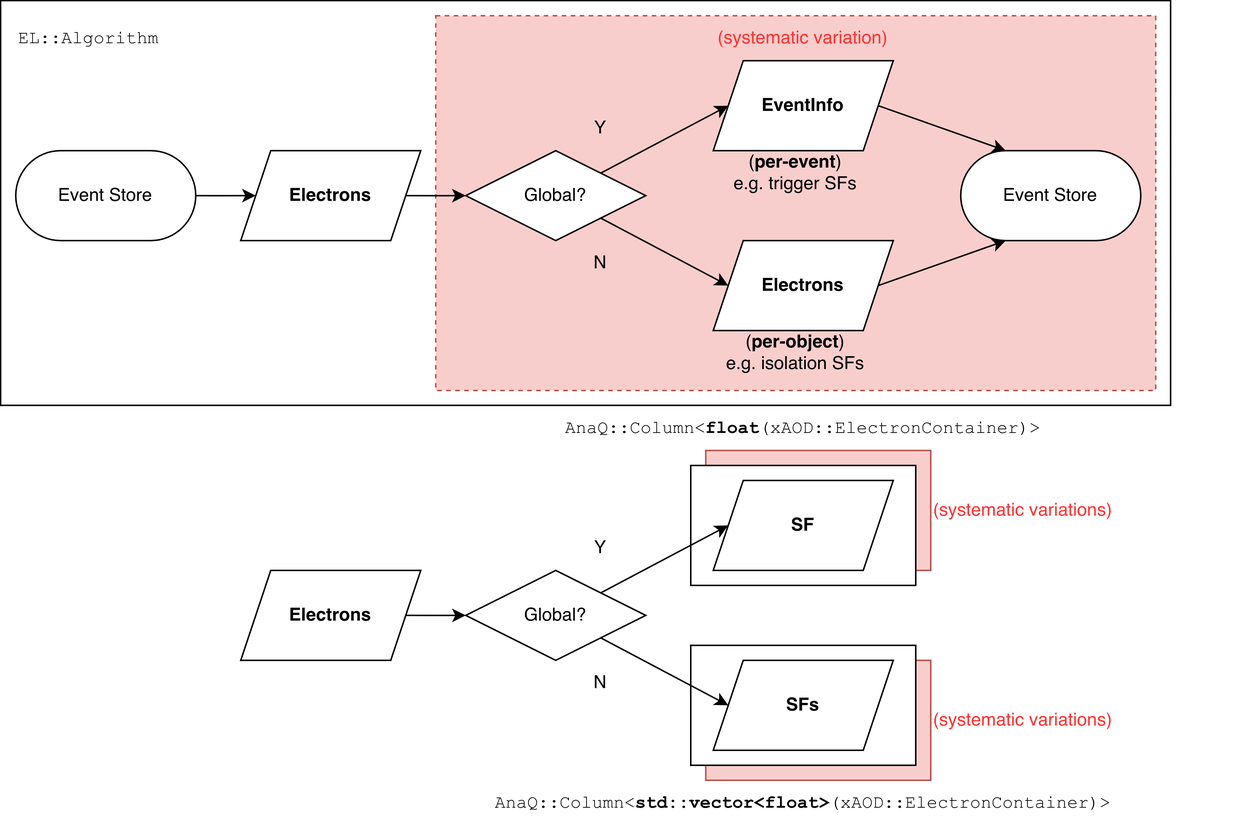
The draw.io diagram eventloop_vs_dataflow.drawio.png in taehyounpark/draw-io-diagrams, before a commit. Source tidied: cells renumbered, new cells last; positions are measured from the earlier drawing's top-left corner, leaving out a move shared by most shapes. Source of this version:
```xml
<mxGraphModel>
  <root>
    <mxCell id="0" />
    <mxCell id="1" parent="0" />
    <mxCell id="2" style="rounded=0;whiteSpace=wrap;html=1;" parent="1" vertex="1">
      <mxGeometry width="780" height="270" as="geometry" />
    </mxCell>
    <mxCell id="3" style="rounded=0;whiteSpace=wrap;html=1;dashed=1;fillColor=#f8cecc;strokeColor=#b85450;" parent="1" vertex="1">
      <mxGeometry x="290" y="10" width="480" height="250" as="geometry" />
    </mxCell>
    <mxCell id="4" value="X" style="rounded=0;whiteSpace=wrap;html=1;fillColor=#f8cecc;strokeColor=#b85450;" parent="1" vertex="1">
      <mxGeometry x="470" y="440" width="150" height="80" as="geometry" />
    </mxCell>
    <mxCell id="5" style="rounded=0;whiteSpace=wrap;html=1;fillColor=#f8cecc;strokeColor=#b85450;" parent="1" vertex="1">
      <mxGeometry x="470" y="300" width="150" height="80" as="geometry" />
    </mxCell>
    <mxCell id="6" style="rounded=0;whiteSpace=wrap;html=1;" parent="1" vertex="1">
      <mxGeometry x="460" y="430" width="150" height="80" as="geometry" />
    </mxCell>
    <mxCell id="7" style="rounded=0;whiteSpace=wrap;html=1;" parent="1" vertex="1">
      <mxGeometry x="460" y="310" width="150" height="80" as="geometry" />
    </mxCell>
    <mxCell id="8" style="rhombus;whiteSpace=wrap;html=1;" parent="1" vertex="1">
      <mxGeometry x="310" y="100" width="120" height="60" as="geometry" />
    </mxCell>
    <mxCell id="9" style="rounded=0;jettySize=auto;html=1;exitX=1;exitY=0.5;exitDx=0;exitDy=0;entryX=0.25;entryY=1;entryDx=0;entryDy=0;" parent="1" edge="1" source="10" target="29">
      <mxGeometry relative="1" as="geometry" />
    </mxCell>
    <mxCell id="10" style="shape=parallelogram;perimeter=parallelogramPerimeter;whiteSpace=wrap;html=1;fixedSize=1;" parent="1" vertex="1">
      <mxGeometry x="475" y="160" width="120" height="60" as="geometry" />
    </mxCell>
    <mxCell id="11" style="endArrow=classic;html=1;rounded=0;exitX=1;exitY=0;exitDx=0;exitDy=0;entryX=0;entryY=0.5;entryDx=0;entryDy=0;" parent="1" edge="1" source="8">
      <mxGeometry relative="1" as="geometry">
        <mxPoint x="485" y="70" as="targetPoint" />
      </mxGeometry>
    </mxCell>
    <mxCell id="12" style="endArrow=classic;html=1;rounded=0;exitX=1;exitY=1;exitDx=0;exitDy=0;entryX=0;entryY=0.5;entryDx=0;entryDy=0;" parent="1" edge="1" source="8" target="10">
      <mxGeometry relative="1" as="geometry" />
    </mxCell>
    <mxCell id="13" value="Global?" style="text;html=1;align=center;verticalAlign=middle;whiteSpace=wrap;rounded=0;" parent="1" vertex="1">
      <mxGeometry x="340" y="115" width="60" height="30" as="geometry" />
    </mxCell>
    <mxCell id="14" value="&lt;b&gt;Electrons&lt;/b&gt;" style="text;html=1;align=center;verticalAlign=middle;whiteSpace=wrap;rounded=0;" parent="1" vertex="1">
      <mxGeometry x="505" y="175" width="60" height="30" as="geometry" />
    </mxCell>
    <mxCell id="15" style="rounded=0;jettySize=auto;html=1;exitX=1;exitY=0.5;exitDx=0;exitDy=0;entryX=0.25;entryY=0;entryDx=0;entryDy=0;" parent="1" edge="1" source="16" target="29">
      <mxGeometry relative="1" as="geometry" />
    </mxCell>
    <mxCell id="16" style="shape=parallelogram;perimeter=parallelogramPerimeter;whiteSpace=wrap;html=1;fixedSize=1;" parent="1" vertex="1">
      <mxGeometry x="475" y="40" width="120" height="60" as="geometry" />
    </mxCell>
    <mxCell id="17" value="&lt;b&gt;EventInfo&lt;br&gt;&lt;/b&gt;" style="text;html=1;align=center;verticalAlign=middle;whiteSpace=wrap;rounded=0;" parent="1" vertex="1">
      <mxGeometry x="505" y="55" width="60" height="30" as="geometry" />
    </mxCell>
    <mxCell id="18" value="(&lt;b&gt;per-object&lt;/b&gt;)&lt;br&gt;e.g. isolation SFs" style="text;html=1;align=center;verticalAlign=middle;whiteSpace=wrap;rounded=0;" parent="1" vertex="1">
      <mxGeometry x="410" y="220" width="240" height="30" as="geometry" />
    </mxCell>
    <mxCell id="19" value="(&lt;b&gt;per-event&lt;/b&gt;)&lt;br&gt;e.g. trigger SFs" style="text;html=1;align=center;verticalAlign=middle;whiteSpace=wrap;rounded=0;" parent="1" vertex="1">
      <mxGeometry x="410" y="100" width="240" height="30" as="geometry" />
    </mxCell>
    <mxCell id="20" value="&lt;font face=&quot;Courier New&quot;&gt;EL::Algorithm&lt;/font&gt;" style="text;html=1;align=left;verticalAlign=middle;whiteSpace=wrap;rounded=0;" parent="1" vertex="1">
      <mxGeometry x="10" y="10" width="360" height="30" as="geometry" />
    </mxCell>
    <mxCell id="21" style="group;fontStyle=0;" parent="1" vertex="1">
      <mxGeometry x="160" y="100" width="120" height="60" as="geometry" />
    </mxCell>
    <mxCell id="22" style="shape=parallelogram;perimeter=parallelogramPerimeter;whiteSpace=wrap;html=1;fixedSize=1;" parent="21" vertex="1">
      <mxGeometry width="120" height="60" as="geometry" />
    </mxCell>
    <mxCell id="23" value="&lt;b&gt;Electrons&lt;/b&gt;" style="text;html=1;align=center;verticalAlign=middle;whiteSpace=wrap;rounded=0;" parent="21" vertex="1">
      <mxGeometry x="30" y="15" width="60" height="30" as="geometry" />
    </mxCell>
    <mxCell id="24" style="edgeStyle=orthogonalEdgeStyle;rounded=0;jettySize=auto;html=1;exitX=1;exitY=0.5;exitDx=0;exitDy=0;entryX=0;entryY=0.5;entryDx=0;entryDy=0;" parent="1" edge="1" source="25" target="22">
      <mxGeometry relative="1" as="geometry" />
    </mxCell>
    <mxCell id="25" value="Event Store" style="rounded=1;whiteSpace=wrap;html=1;arcSize=50;" parent="1" vertex="1">
      <mxGeometry x="10" y="100" width="120" height="60" as="geometry" />
    </mxCell>
    <mxCell id="26" style="edgeStyle=orthogonalEdgeStyle;rounded=0;jettySize=auto;html=1;exitX=1;exitY=0.5;exitDx=0;exitDy=0;entryX=0;entryY=0.5;entryDx=0;entryDy=0;" parent="1" edge="1" source="22" target="8">
      <mxGeometry relative="1" as="geometry" />
    </mxCell>
    <mxCell id="27" value="Y" style="text;html=1;align=center;verticalAlign=middle;whiteSpace=wrap;rounded=0;" parent="1" vertex="1">
      <mxGeometry x="370" y="70" width="60" height="30" as="geometry" />
    </mxCell>
    <mxCell id="28" value="N" style="text;html=1;align=center;verticalAlign=middle;whiteSpace=wrap;rounded=0;" parent="1" vertex="1">
      <mxGeometry x="370" y="160" width="60" height="30" as="geometry" />
    </mxCell>
    <mxCell id="29" value="Event Store" style="rounded=1;whiteSpace=wrap;html=1;arcSize=50;" parent="1" vertex="1">
      <mxGeometry x="640" y="100" width="120" height="60" as="geometry" />
    </mxCell>
    <mxCell id="30" value="(systematic variation)" style="text;align=center;verticalAlign=middle;whiteSpace=wrap;rounded=0;fontColor=#FF3333;" parent="1" vertex="1">
      <mxGeometry x="395" y="20" width="280" height="10" as="geometry" />
    </mxCell>
    <mxCell id="31" style="rhombus;whiteSpace=wrap;html=1;" parent="1" vertex="1">
      <mxGeometry x="310" y="380" width="120" height="60" as="geometry" />
    </mxCell>
    <mxCell id="32" style="shape=parallelogram;perimeter=parallelogramPerimeter;whiteSpace=wrap;html=1;fixedSize=1;" parent="1" vertex="1">
      <mxGeometry x="475" y="440" width="120" height="60" as="geometry" />
    </mxCell>
    <mxCell id="33" style="endArrow=classic;html=1;rounded=0;exitX=1;exitY=0;exitDx=0;exitDy=0;entryX=0;entryY=0.5;entryDx=0;entryDy=0;" parent="1" edge="1" source="31">
      <mxGeometry relative="1" as="geometry">
        <mxPoint x="485" y="350" as="targetPoint" />
      </mxGeometry>
    </mxCell>
    <mxCell id="34" style="endArrow=classic;html=1;rounded=0;exitX=1;exitY=1;exitDx=0;exitDy=0;entryX=0;entryY=0.5;entryDx=0;entryDy=0;" parent="1" edge="1" source="31" target="32">
      <mxGeometry relative="1" as="geometry" />
    </mxCell>
    <mxCell id="35" value="Global?" style="text;html=1;align=center;verticalAlign=middle;whiteSpace=wrap;rounded=0;" parent="1" vertex="1">
      <mxGeometry x="340" y="395" width="60" height="30" as="geometry" />
    </mxCell>
    <mxCell id="36" value="&lt;font&gt;&lt;b&gt;SFs&lt;/b&gt;&lt;/font&gt;" style="text;html=1;align=center;verticalAlign=middle;whiteSpace=wrap;rounded=0;fontFamily=Helvetica;" parent="1" vertex="1">
      <mxGeometry x="505" y="455" width="60" height="30" as="geometry" />
    </mxCell>
    <mxCell id="37" style="shape=parallelogram;perimeter=parallelogramPerimeter;whiteSpace=wrap;html=1;fixedSize=1;" parent="1" vertex="1">
      <mxGeometry x="475" y="320" width="120" height="60" as="geometry" />
    </mxCell>
    <mxCell id="38" value="&lt;font&gt;&lt;b&gt;SF&lt;/b&gt;&lt;/font&gt;" style="text;html=1;align=center;verticalAlign=middle;whiteSpace=wrap;rounded=0;fontFamily=Helvetica;" parent="1" vertex="1">
      <mxGeometry x="505" y="335" width="60" height="30" as="geometry" />
    </mxCell>
    <mxCell id="39" style="group;fontStyle=1;" parent="1" vertex="1">
      <mxGeometry x="160" y="380" width="120" height="60" as="geometry" />
    </mxCell>
    <mxCell id="40" style="shape=parallelogram;perimeter=parallelogramPerimeter;whiteSpace=wrap;html=1;fixedSize=1;" parent="39" vertex="1">
      <mxGeometry width="120" height="60" as="geometry" />
    </mxCell>
    <mxCell id="41" value="&lt;b&gt;Electrons&lt;/b&gt;" style="text;html=1;align=center;verticalAlign=middle;whiteSpace=wrap;rounded=0;" parent="39" vertex="1">
      <mxGeometry x="30" y="15" width="60" height="30" as="geometry" />
    </mxCell>
    <mxCell id="42" style="edgeStyle=orthogonalEdgeStyle;rounded=0;jettySize=auto;html=1;exitX=1;exitY=0.5;exitDx=0;exitDy=0;entryX=0;entryY=0.5;entryDx=0;entryDy=0;" parent="1" edge="1" source="40" target="31">
      <mxGeometry relative="1" as="geometry" />
    </mxCell>
    <mxCell id="43" value="Y" style="text;html=1;align=center;verticalAlign=middle;whiteSpace=wrap;rounded=0;" parent="1" vertex="1">
      <mxGeometry x="370" y="350" width="60" height="30" as="geometry" />
    </mxCell>
    <mxCell id="44" value="N" style="text;html=1;align=center;verticalAlign=middle;whiteSpace=wrap;rounded=0;" parent="1" vertex="1">
      <mxGeometry x="370" y="440" width="60" height="30" as="geometry" />
    </mxCell>
    <mxCell id="45" value="&lt;font face=&quot;Courier New&quot;&gt;AnaQ::Column&amp;lt;&lt;b&gt;std::vector&amp;lt;float&amp;gt;&lt;/b&gt;(xAOD::ElectronContainer)&amp;gt;&lt;/font&gt;" style="text;html=1;align=center;verticalAlign=middle;whiteSpace=wrap;rounded=0;" parent="1" vertex="1">
      <mxGeometry x="235" y="520" width="600" height="30" as="geometry" />
    </mxCell>
    <mxCell id="46" value="&lt;font face=&quot;Courier New&quot;&gt;AnaQ::Column&amp;lt;&lt;b&gt;float&lt;/b&gt;(xAOD::ElectronContainer)&amp;gt;&lt;/font&gt;" style="text;html=1;align=center;verticalAlign=middle;whiteSpace=wrap;rounded=0;" parent="1" vertex="1">
      <mxGeometry x="505" y="270" width="60" height="30" as="geometry" />
    </mxCell>
    <mxCell id="47" value="(systematic variations)" style="text;html=1;align=left;verticalAlign=middle;whiteSpace=wrap;rounded=0;fontColor=#FF3333;" parent="1" vertex="1">
      <mxGeometry x="620" y="465" width="150" height="30" as="geometry" />
    </mxCell>
    <mxCell id="48" value="(systematic variations)" style="text;html=1;align=left;verticalAlign=middle;whiteSpace=wrap;rounded=0;fontColor=#FF3333;" parent="1" vertex="1">
      <mxGeometry x="620" y="325" width="150" height="30" as="geometry" />
    </mxCell>
  </root>
</mxGraphModel>
```
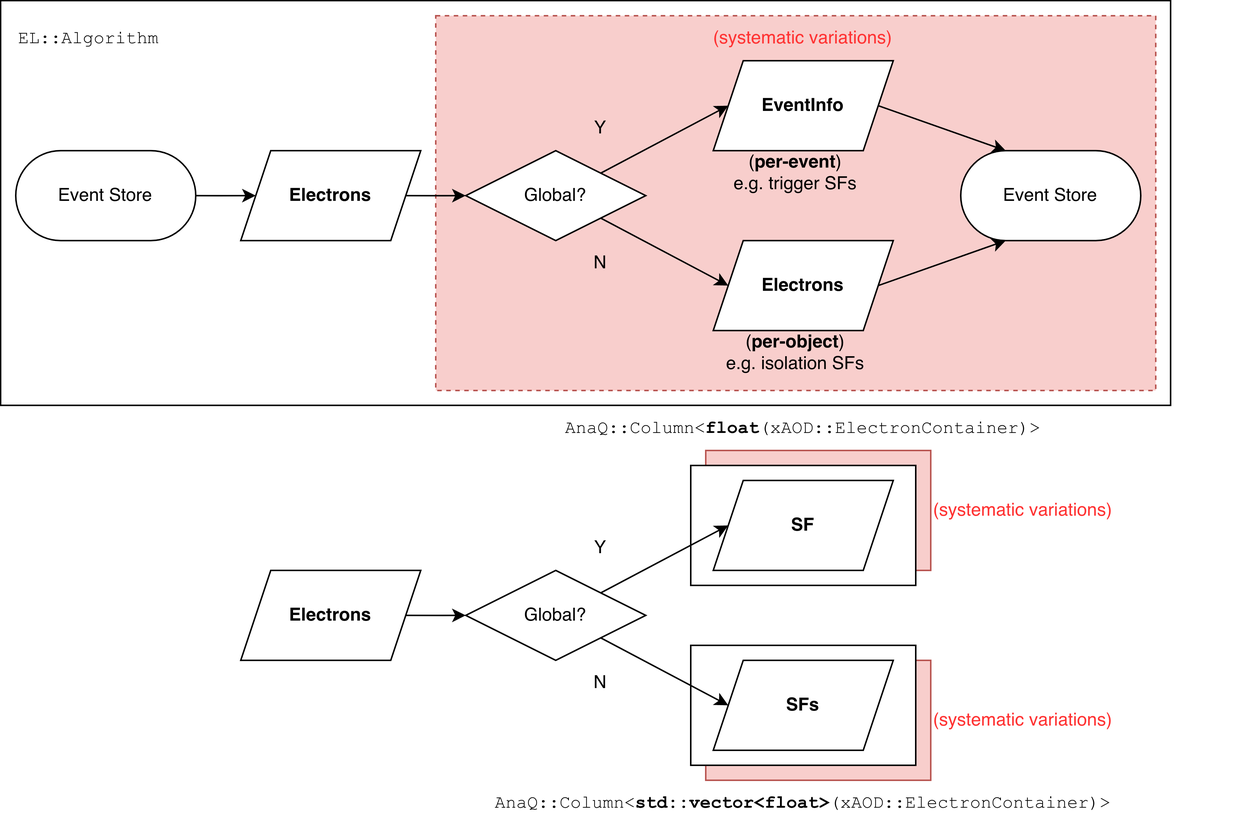
The same diagram one commit later.

The edit, as a diff of the source:
```diff
@@ -88,7 +88,7 @@
     <mxCell id="29" value="Event Store" style="rounded=1;whiteSpace=wrap;html=1;arcSize=50;" parent="1" vertex="1">
       <mxGeometry x="640" y="100" width="120" height="60" as="geometry" />
     </mxCell>
-    <mxCell id="30" value="(systematic variation)" style="text;align=center;verticalAlign=middle;whiteSpace=wrap;rounded=0;fontColor=#FF3333;" parent="1" vertex="1">
+    <mxCell id="30" value="(systematic variations)" style="text;align=center;verticalAlign=middle;whiteSpace=wrap;rounded=0;fontColor=#FF3333;" parent="1" vertex="1">
       <mxGeometry x="395" y="20" width="280" height="10" as="geometry" />
     </mxCell>
     <mxCell id="31" style="rhombus;whiteSpace=wrap;html=1;" parent="1" vertex="1">
```
